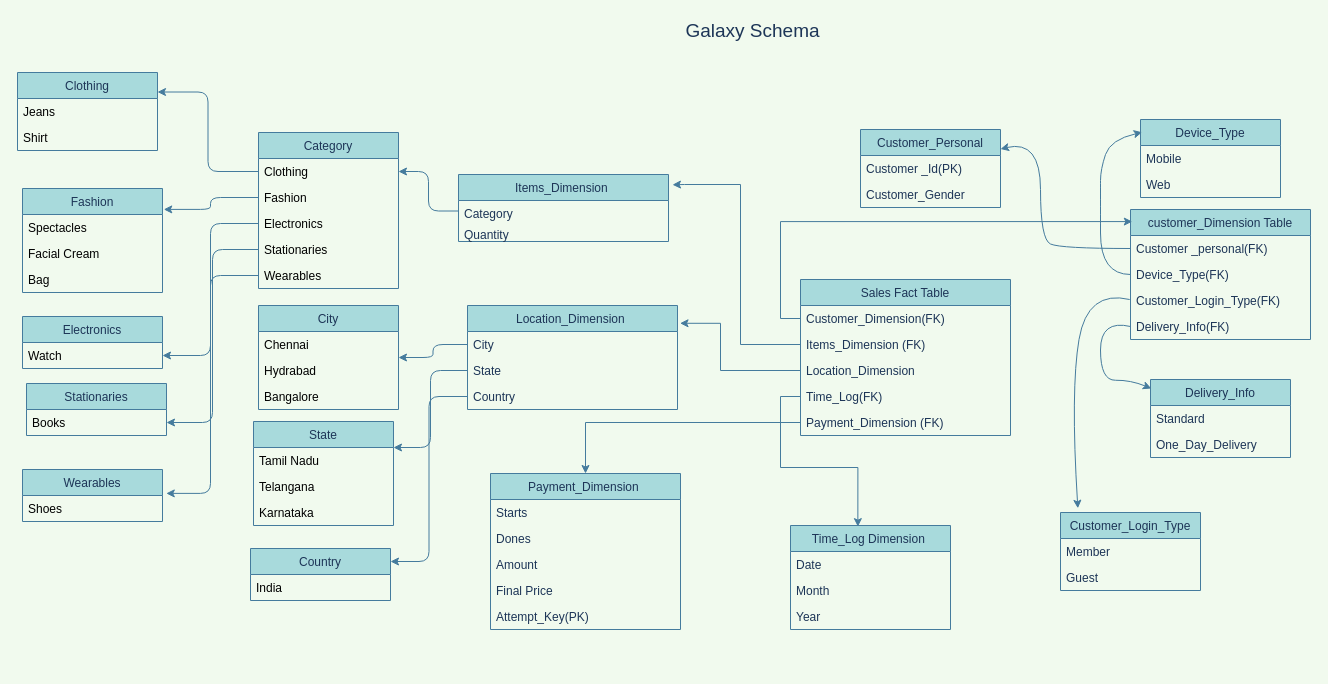
Before: Untitled Diagram.drawio in Roopesh-Bharatwaj-K-R/Financial-Intelligence-and-Data-Visualisation, a draw.io diagram. Source tidied: cells renumbered, new cells numbered last; positions are measured from the earlier drawing's top-left corner, leaving out a move shared by most shapes. Both pictures are drawn from the tidied source at 100%, with x=0, y=0 at pixel (17, 21).
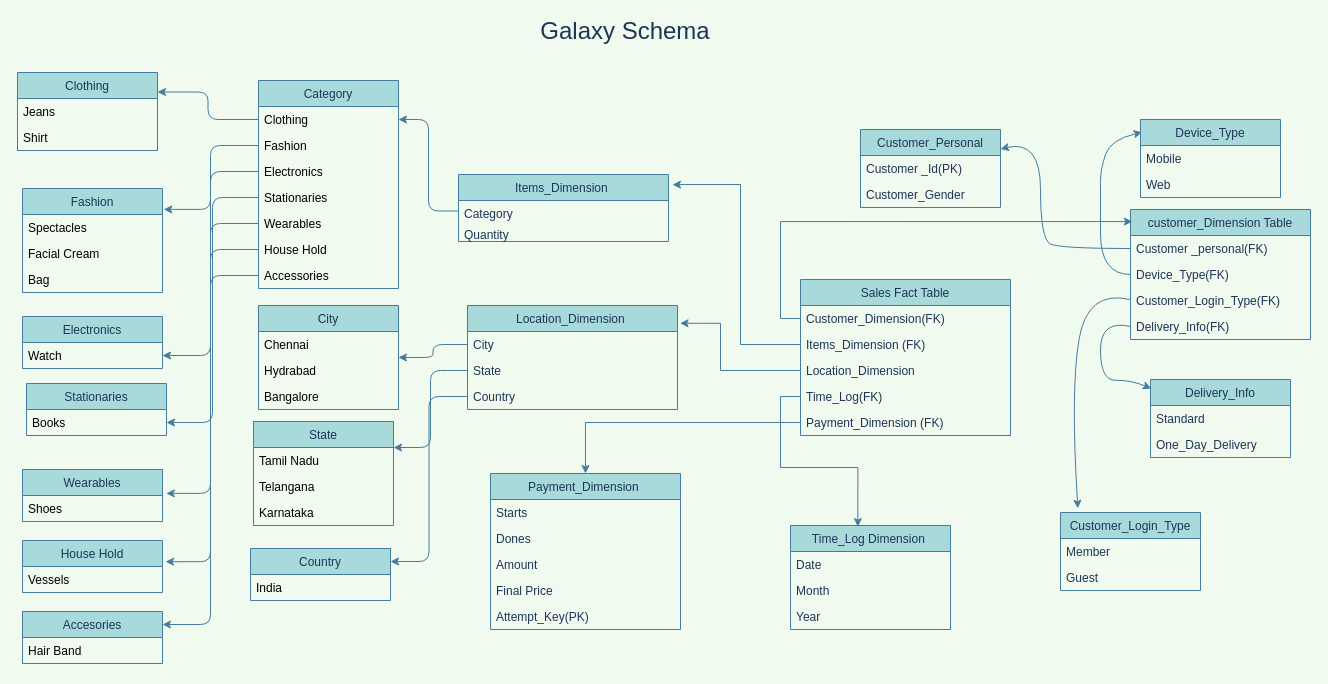
The same page after the edit.

Diff of the diagram source:
```diff
@@
     <mxCell id="52" value="Category" style="swimlane;fontStyle=0;horizontal=1;startSize=26;rounded=0;sketch=0;fontColor=#1D3557;strokeColor=#457B9D;fillColor=#A8DADC;" parent="1" vertex="1">
-      <mxGeometry x="241" y="111" width="140" height="156" as="geometry" />
+      <mxGeometry x="241" y="59" width="140" height="208" as="geometry" />
     </mxCell>
@@
+    <mxCell id="91" value="House Hold" style="text;strokeColor=none;fillColor=none;align=left;verticalAlign=top;spacingLeft=4;spacingRight=4;overflow=hidden;points=[[0,0.5],[1,0.5]];portConstraint=eastwest;" parent="52" vertex="1">
+      <mxGeometry y="156" width="140" height="26" as="geometry" />
+    </mxCell>
+    <mxCell id="92" value="Accessories" style="text;strokeColor=none;fillColor=none;align=left;verticalAlign=top;spacingLeft=4;spacingRight=4;overflow=hidden;points=[[0,0.5],[1,0.5]];portConstraint=eastwest;" parent="52" vertex="1">
+      <mxGeometry y="182" width="140" height="26" as="geometry" />
+    </mxCell>
@@
-    <mxCell id="90" value="&lt;font style=&quot;font-size: 19px&quot;&gt;Galaxy Schema&lt;/font&gt;" style="text;html=1;strokeColor=none;fillColor=none;align=center;verticalAlign=middle;whiteSpace=wrap;rounded=0;sketch=0;fontColor=#1D3557;" parent="1" vertex="1">
-      <mxGeometry x="513" width="445" height="20" as="geometry" />
+    <mxCell id="90" value="&lt;font style=&quot;font-size: 24px&quot;&gt;Galaxy Schema&lt;/font&gt;" style="text;html=1;strokeColor=none;fillColor=none;align=center;verticalAlign=middle;whiteSpace=wrap;rounded=0;sketch=0;fontColor=#1D3557;" parent="1" vertex="1">
+      <mxGeometry x="258" width="700" height="20" as="geometry" />
     </mxCell>
+    <mxCell id="93" value="House Hold" style="swimlane;fontStyle=0;horizontal=1;startSize=26;rounded=0;sketch=0;fontColor=#1D3557;strokeColor=#457B9D;fillColor=#A8DADC;" parent="1" vertex="1">
+      <mxGeometry x="5" y="519" width="140" height="52" as="geometry" />
+    </mxCell>
+    <mxCell id="94" value="Vessels" style="text;strokeColor=none;fillColor=none;align=left;verticalAlign=top;spacingLeft=4;spacingRight=4;overflow=hidden;points=[[0,0.5],[1,0.5]];portConstraint=eastwest;" parent="93" vertex="1">
+      <mxGeometry y="26" width="140" height="26" as="geometry" />
+    </mxCell>
+    <mxCell id="95" value="Accesories" style="swimlane;fontStyle=0;horizontal=1;startSize=26;rounded=0;sketch=0;fontColor=#1D3557;strokeColor=#457B9D;fillColor=#A8DADC;" parent="1" vertex="1">
+      <mxGeometry x="5" y="590" width="140" height="52" as="geometry" />
+    </mxCell>
+    <mxCell id="96" value="Hair Band" style="text;strokeColor=none;fillColor=none;align=left;verticalAlign=top;spacingLeft=4;spacingRight=4;overflow=hidden;" parent="95" vertex="1">
+      <mxGeometry y="26" width="140" height="26" as="geometry" />
+    </mxCell>
+    <mxCell id="97" style="edgeStyle=orthogonalEdgeStyle;curved=0;rounded=1;sketch=0;jettySize=auto;html=1;exitX=0;exitY=0.5;exitDx=0;exitDy=0;entryX=1.022;entryY=-0.184;entryDx=0;entryDy=0;entryPerimeter=0;fontColor=#1D3557;strokeColor=#457B9D;fillColor=#A8DADC;" parent="1" edge="1" source="91" target="94">
+      <mxGeometry relative="1" as="geometry" />
+    </mxCell>
+    <mxCell id="98" style="edgeStyle=orthogonalEdgeStyle;curved=0;rounded=1;sketch=0;jettySize=auto;html=1;exitX=0;exitY=0.5;exitDx=0;exitDy=0;entryX=1;entryY=0.25;entryDx=0;entryDy=0;fontColor=#1D3557;strokeColor=#457B9D;fillColor=#A8DADC;" parent="1" edge="1" source="92" target="95">
+      <mxGeometry relative="1" as="geometry" />
+    </mxCell>
```
